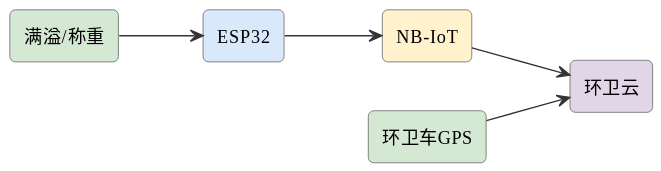
Before: assets/diagrams/ideas-fig109.svg, a diagram exported from PlantUML (mingyi0818/IntelligentMcuCourse).
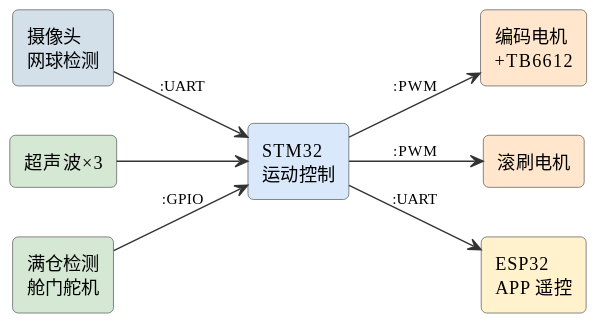
The same diagram one commit later.

The edit, as a diff of the source:
```diff
@@ -6,13 +6,17 @@
 skinparam arrowFontSize 11
 skinparam arrowColor #333
 left to right direction
-rectangle "满溢/称重" as fill #d5e8d4
-rectangle "ESP32" as esp #dae8fc
-rectangle "NB-IoT" as nb #fff2cc
-rectangle "环卫车GPS" as gps #d5e8d4
-rectangle "环卫云" as cloud #e1d5e8
-fill --> esp
-esp --> nb
-nb --> cloud
-gps --> cloud
+rectangle "摄像头\n网球检测" as cam #d3e0ea
+rectangle "超声波×3" as ultra #d5e8d4
+rectangle "STM32\n运动控制" as stm #dae8fc
+rectangle "编码电机\n+TB6612" as mot #ffe6cc
+rectangle "滚刷电机" as brush #ffe6cc
+rectangle "满仓检测\n舱门舵机" as door #d5e8d4
+rectangle "ESP32\nAPP 遥控" as esp #fff2cc
+cam --> stm : :UART
+ultra --> stm
+stm --> mot : :PWM
+stm --> brush : :PWM
+door --> stm : :GPIO
+stm --> esp : :UART
 @enduml
```
